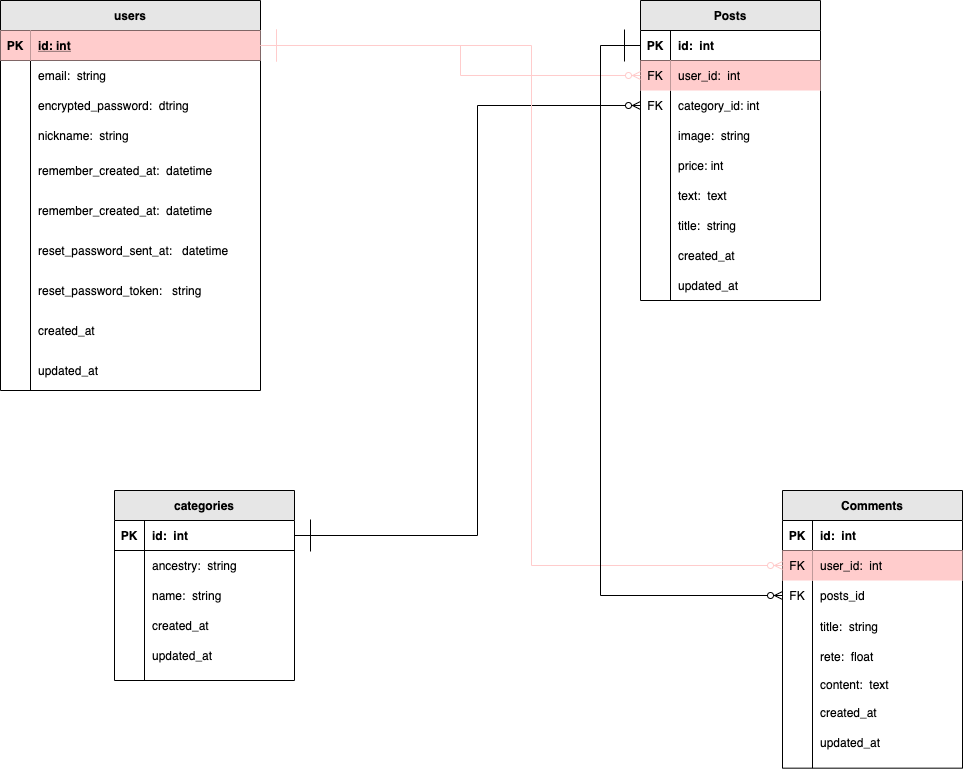
Before: public/Database.png, a diagram exported from draw.io (rotosiri-zu/pcparts). Source tidied: cells renumbered, new cells last; positions are measured from the earlier drawing's top-left corner, leaving out a move shared by most shapes.
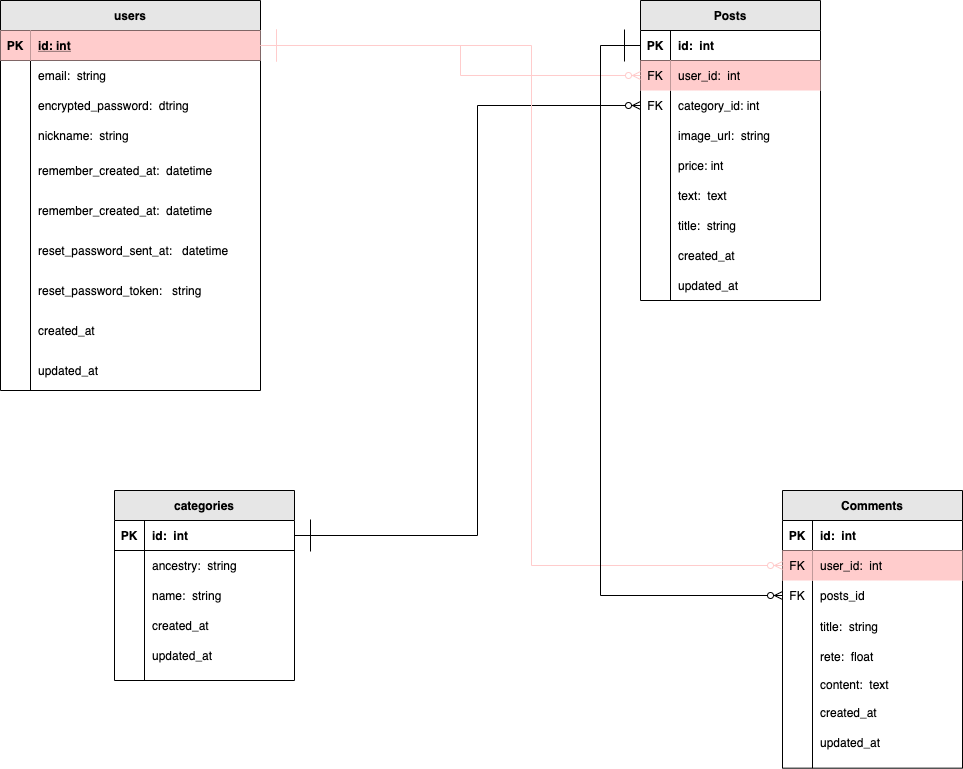
After the commit.

Commit message:
ER図のカラム変更

What changed in the source:
```diff
@@ -131,7 +131,7 @@
     <mxCell id="44" style="shape=partialRectangle;fillColor=none;top=0;left=0;bottom=0;right=0;overflow=hidden;" parent="43" vertex="1">
       <mxGeometry width="30" height="30" as="geometry" />
     </mxCell>
-    <mxCell id="45" value="image:  string" style="shape=partialRectangle;fillColor=none;top=0;left=0;bottom=0;right=0;align=left;spacingLeft=6;overflow=hidden;fontColor=#000000;" parent="43" vertex="1">
+    <mxCell id="45" value="image_url:  string" style="shape=partialRectangle;fillColor=none;top=0;left=0;bottom=0;right=0;align=left;spacingLeft=6;overflow=hidden;fontColor=#000000;" parent="43" vertex="1">
       <mxGeometry x="30" width="150" height="30" as="geometry" />
     </mxCell>
     <mxCell id="46" style="shape=partialRectangle;fillColor=none;top=0;left=0;bottom=0;right=0;" parent="33" vertex="1">
```
